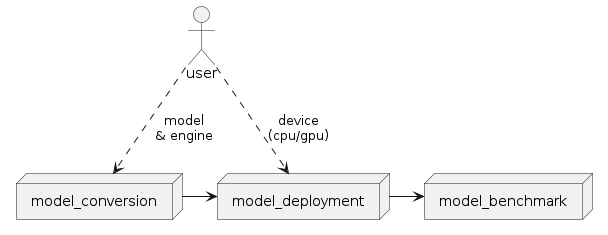
This is out/media/pipeline/pipeline.png from Jason-cs18/e2e-detection, a PlantUML export, as it was before one commit. Source of this version:
```plantuml
@startuml
actor user
node model_conversion
node model_deployment
node model_benchmark

user -[dashed]-> model_conversion: model\n& engine
user -[dashed]-> model_deployment: device\n(cpu/gpu)
model_conversion -> model_deployment
model_deployment -> model_benchmark
@enduml
```
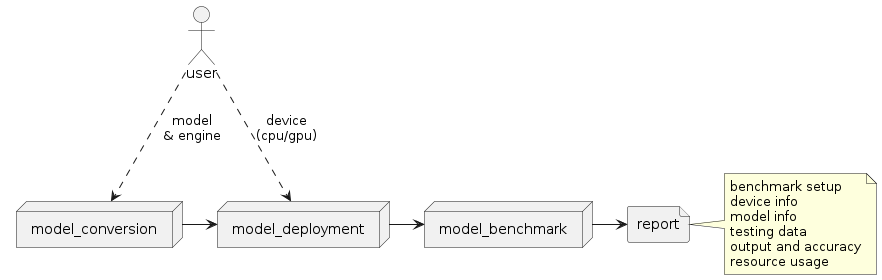
After the change.

The edit, as a diff of the source:
```diff
@@ -3,9 +3,19 @@
 node model_conversion
 node model_deployment
 node model_benchmark
+file report
+note right of report
+benchmark setup
+device info
+model info
+testing data
+output and accuracy
+resource usage
+end note
 
 user -[dashed]-> model_conversion: model\n& engine
 user -[dashed]-> model_deployment: device\n(cpu/gpu)
 model_conversion -> model_deployment
 model_deployment -> model_benchmark
+model_benchmark -> report
 @enduml
```
